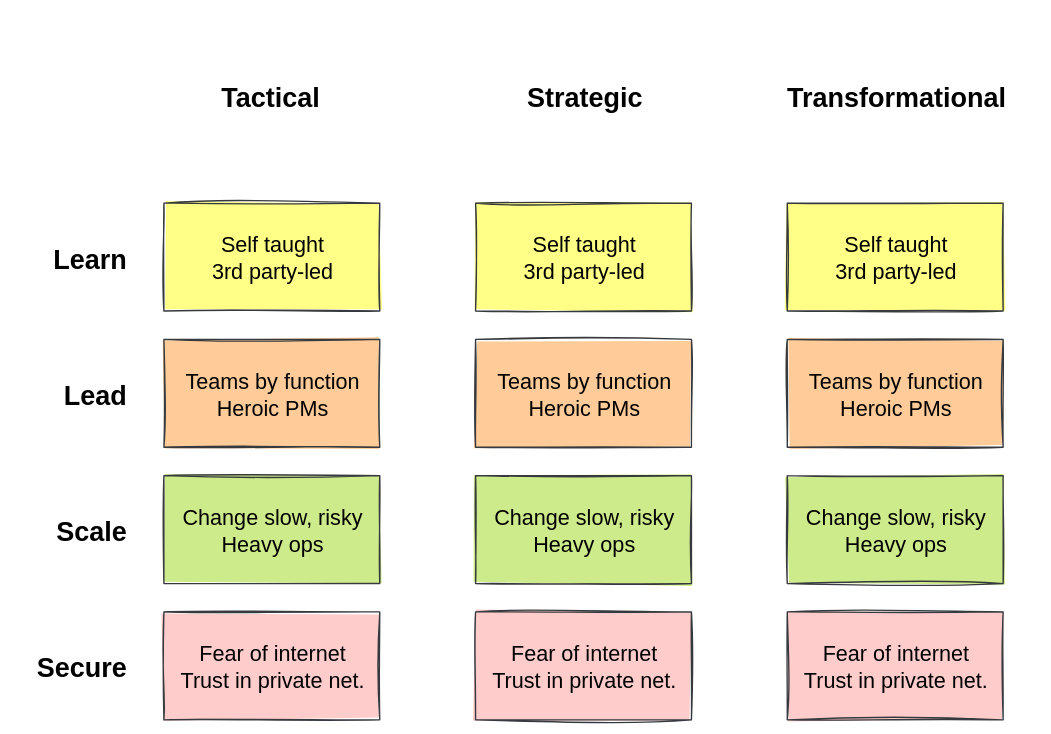
This is content/files/cloud_maturity_scale.svg from TheRealMattDunn/mattdunn.info, a draw.io export, as it was before one commit. Source tidied: cells renumbered, new cells last; positions are measured from the earlier drawing's top-left corner, leaving out a move shared by most shapes.
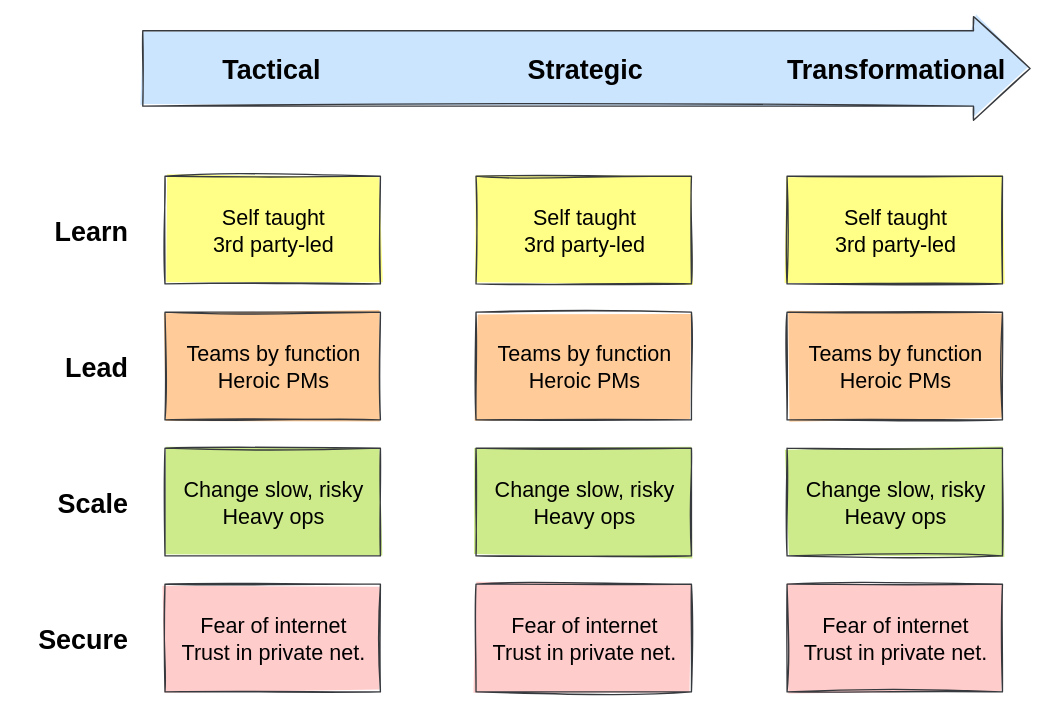
After the commit.

The edit, as a diff of the source:
```diff
@@ -2,9 +2,12 @@
   <root>
     <mxCell id="0" />
     <mxCell id="1" parent="0" />
-    <mxCell id="2" style="shape=singleArrow;whiteSpace=wrap;html=1;fontSize=16;align=center;arrowWidth=0.6;arrowSize=0.12680577849117175;fillColor=#cce5ff;strokeColor=#36393d;sketch=1;fillStyle=solid;gradientDirection=west;gradientColor=#CCE5FF;" parent="1" vertex="1">
-      <mxGeometry x="90" width="660" height="120" as="geometry" />
-    </mxCell>
+    <mxCell id="22" style="edgeStyle=none;curved=1;rounded=0;orthogonalLoop=1;jettySize=auto;html=1;endArrow=open;sourcePerimeterSpacing=8;targetPerimeterSpacing=8;fontSize=16;sketch=1;shape=flexArrow;rounded=1;startSize=8;endSize=13.67;width=56;fillColor=#cce5ff;strokeColor=#36393d;fillStyle=solid;" parent="1" edge="1">
+      <mxGeometry relative="1" as="geometry">
+        <mxPoint x="90" y="60" as="sourcePoint" />
+        <mxPoint x="750" y="60" as="targetPoint" />
+      </mxGeometry>
+    </mxCell>
     <mxCell id="3" value="Self taught&lt;br style=&quot;font-size: 16px;&quot;&gt;3rd party-led" style="rounded=0;whiteSpace=wrap;html=1;fontSize=16;align=center;fillColor=#ffff88;strokeColor=#36393d;sketch=1;fillStyle=solid;" parent="1" vertex="1">
       <mxGeometry x="107" y="140" width="160" height="80" as="geometry" />
     </mxCell>
```
